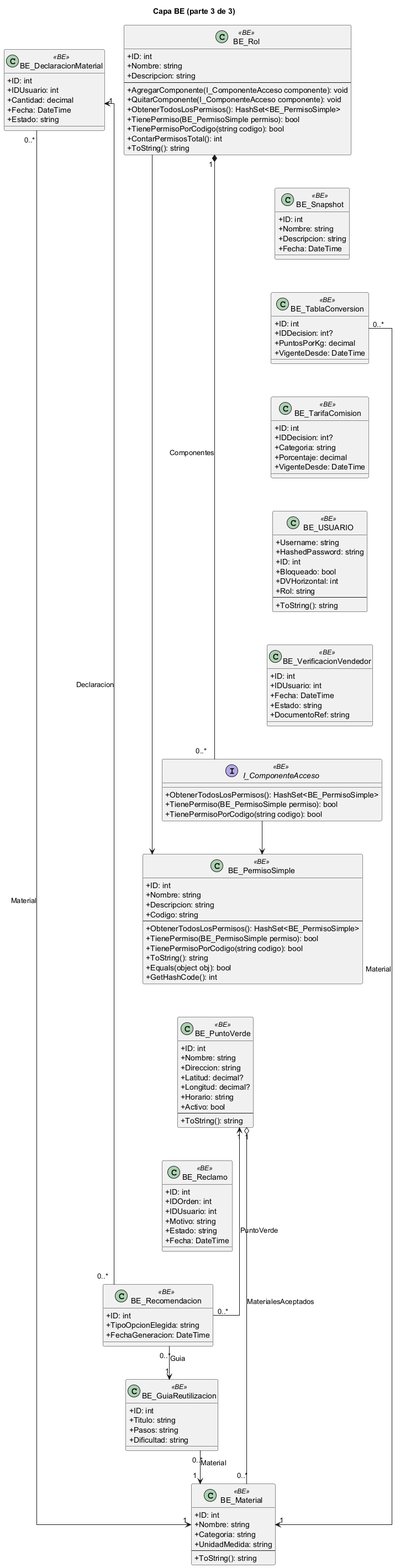
Earlier version of the PlantUML export docs/diagramas/uml_png/class_general_3.png (L-Muniz/uai-diploma_2026). The source it was exported from:
```plantuml
@startuml
skinparam classAttributeIconSize 0
skinparam linetype ortho
title Capa BE (parte 3 de 3)
class "BE_DeclaracionMaterial" as BE_DeclaracionMaterial <<BE>> {
  +ID: int
  +IDUsuario: int
  +Cantidad: decimal
  +Fecha: DateTime
  +Estado: string
}
class "BE_GuiaReutilizacion" as BE_GuiaReutilizacion <<BE>> {
  +ID: int
  +Titulo: string
  +Pasos: string
  +Dificultad: string
}
class "BE_Material" as BE_Material <<BE>> {
  +ID: int
  +Nombre: string
  +Categoria: string
  +UnidadMedida: string
  --
  +ToString(): string
}
class "BE_PermisoSimple" as BE_PermisoSimple <<BE>> {
  +ID: int
  +Nombre: string
  +Descripcion: string
  +Codigo: string
  --
  +ObtenerTodosLosPermisos(): HashSet<BE_PermisoSimple>
  +TienePermiso(BE_PermisoSimple permiso): bool
  +TienePermisoPorCodigo(string codigo): bool
  +ToString(): string
  +Equals(object obj): bool
  +GetHashCode(): int
}
class "BE_PuntoVerde" as BE_PuntoVerde <<BE>> {
  +ID: int
  +Nombre: string
  +Direccion: string
  +Latitud: decimal?
  +Longitud: decimal?
  +Horario: string
  +Activo: bool
  --
  +ToString(): string
}
class "BE_Reclamo" as BE_Reclamo <<BE>> {
  +ID: int
  +IDOrden: int
  +IDUsuario: int
  +Motivo: string
  +Estado: string
  +Fecha: DateTime
}
class "BE_Recomendacion" as BE_Recomendacion <<BE>> {
  +ID: int
  +TipoOpcionElegida: string
  +FechaGeneracion: DateTime
}
class "BE_Rol" as BE_Rol <<BE>> {
  +ID: int
  +Nombre: string
  +Descripcion: string
  --
  +AgregarComponente(I_ComponenteAcceso componente): void
  +QuitarComponente(I_ComponenteAcceso componente): void
  +ObtenerTodosLosPermisos(): HashSet<BE_PermisoSimple>
  +TienePermiso(BE_PermisoSimple permiso): bool
  +TienePermisoPorCodigo(string codigo): bool
  +ContarPermisosTotal(): int
  +ToString(): string
}
class "BE_Snapshot" as BE_Snapshot <<BE>> {
  +ID: int
  +Nombre: string
  +Descripcion: string
  +Fecha: DateTime
}
class "BE_TablaConversion" as BE_TablaConversion <<BE>> {
  +ID: int
  +IDDecision: int?
  +PuntosPorKg: decimal
  +VigenteDesde: DateTime
}
class "BE_TarifaComision" as BE_TarifaComision <<BE>> {
  +ID: int
  +IDDecision: int?
  +Categoria: string
  +Porcentaje: decimal
  +VigenteDesde: DateTime
}
class "BE_USUARIO" as BE_USUARIO <<BE>> {
  +Username: string
  +HashedPassword: string
  +ID: int
  +Bloqueado: bool
  +DVHorizontal: int
  +Rol: string
  --
  +ToString(): string
}
class "BE_VerificacionVendedor" as BE_VerificacionVendedor <<BE>> {
  +ID: int
  +IDUsuario: int
  +Fecha: DateTime
  +Estado: string
  +DocumentoRef: string
}
interface "I_ComponenteAcceso" as I_ComponenteAcceso <<BE>> {
  +ObtenerTodosLosPermisos(): HashSet<BE_PermisoSimple>
  +TienePermiso(BE_PermisoSimple permiso): bool
  +TienePermisoPorCodigo(string codigo): bool
}
BE_DeclaracionMaterial -[hidden]down- BE_GuiaReutilizacion
BE_GuiaReutilizacion -[hidden]down- BE_Material
BE_Material -[hidden]down- BE_PermisoSimple
BE_PermisoSimple -[hidden]down- BE_PuntoVerde
BE_PuntoVerde -[hidden]down- BE_Reclamo
BE_Reclamo -[hidden]down- BE_Recomendacion
BE_Rol -[hidden]down- BE_Snapshot
BE_Snapshot -[hidden]down- BE_TablaConversion
BE_TablaConversion -[hidden]down- BE_TarifaComision
BE_TarifaComision -[hidden]down- BE_USUARIO
BE_USUARIO -[hidden]down- BE_VerificacionVendedor
BE_VerificacionVendedor -[hidden]down- I_ComponenteAcceso
BE_DeclaracionMaterial -[hidden]right- BE_Rol
BE_DeclaracionMaterial "0..*" --> "1" BE_Material : Material
BE_GuiaReutilizacion "0..*" --> "1" BE_Material : Material
BE_PuntoVerde "1" o-- "0..*" BE_Material : MaterialesAceptados
BE_Recomendacion "0..*" --> "1" BE_DeclaracionMaterial : Declaracion
BE_Recomendacion "0..*" --> "1" BE_GuiaReutilizacion : Guia
BE_Recomendacion "0..*" --> "1" BE_PuntoVerde : PuntoVerde
BE_Rol "1" *-- "0..*" I_ComponenteAcceso : Componentes
BE_Rol --> BE_PermisoSimple
BE_TablaConversion "0..*" --> "1" BE_Material : Material
I_ComponenteAcceso --> BE_PermisoSimple
@enduml
```
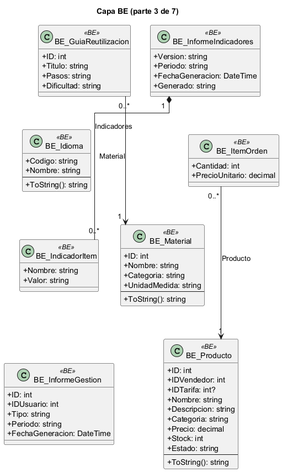
Above is the later version.

What changed in the source:
```diff
@@ -1,19 +1,39 @@
 @startuml
 skinparam classAttributeIconSize 0
 skinparam linetype ortho
-title Capa BE (parte 3 de 3)
-class "BE_DeclaracionMaterial" as BE_DeclaracionMaterial <<BE>> {
-  +ID: int
-  +IDUsuario: int
-  +Cantidad: decimal
-  +Fecha: DateTime
-  +Estado: string
-}
+title Capa BE (parte 3 de 7)
 class "BE_GuiaReutilizacion" as BE_GuiaReutilizacion <<BE>> {
   +ID: int
   +Titulo: string
   +Pasos: string
   +Dificultad: string
+}
+class "BE_Idioma" as BE_Idioma <<BE>> {
+  +Codigo: string
+  +Nombre: string
+  --
+  +ToString(): string
+}
+class "BE_IndicadorItem" as BE_IndicadorItem <<BE>> {
+  +Nombre: string
+  +Valor: string
+}
+class "BE_InformeGestion" as BE_InformeGestion <<BE>> {
+  +ID: int
+  +IDUsuario: int
+  +Tipo: string
+  +Periodo: string
+  +FechaGeneracion: DateTime
+}
+class "BE_InformeIndicadores" as BE_InformeIndicadores <<BE>> {
+  +Version: string
+  +Periodo: string
+  +FechaGeneracion: DateTime
+  +Generado: string
+}
+class "BE_ItemOrden" as BE_ItemOrden <<BE>> {
+  +Cantidad: int
+  +PrecioUnitario: decimal
 }
 class "BE_Material" as BE_Material <<BE>> {
   +ID: int
@@ -23,118 +43,27 @@
   --
   +ToString(): string
 }
-class "BE_PermisoSimple" as BE_PermisoSimple <<BE>> {
+class "BE_Producto" as BE_Producto <<BE>> {
   +ID: int
+  +IDVendedor: int
+  +IDTarifa: int?
   +Nombre: string
   +Descripcion: string
-  +Codigo: string
-  --
-  +ObtenerTodosLosPermisos(): HashSet<BE_PermisoSimple>
-  +TienePermiso(BE_PermisoSimple permiso): bool
-  +TienePermisoPorCodigo(string codigo): bool
-  +ToString(): string
-  +Equals(object obj): bool
-  +GetHashCode(): int
-}
-class "BE_PuntoVerde" as BE_PuntoVerde <<BE>> {
-  +ID: int
-  +Nombre: string
-  +Direccion: string
-  +Latitud: decimal?
-  +Longitud: decimal?
-  +Horario: string
-  +Activo: bool
+  +Categoria: string
+  +Precio: decimal
+  +Stock: int
+  +Estado: string
   --
   +ToString(): string
 }
-class "BE_Reclamo" as BE_Reclamo <<BE>> {
-  +ID: int
-  +IDOrden: int
-  +IDUsuario: int
-  +Motivo: string
-  +Estado: string
-  +Fecha: DateTime
-}
-class "BE_Recomendacion" as BE_Recomendacion <<BE>> {
-  +ID: int
-  +TipoOpcionElegida: string
-  +FechaGeneracion: DateTime
-}
-class "BE_Rol" as BE_Rol <<BE>> {
-  +ID: int
-  +Nombre: string
-  +Descripcion: string
-  --
-  +AgregarComponente(I_ComponenteAcceso componente): void
-  +QuitarComponente(I_ComponenteAcceso componente): void
-  +ObtenerTodosLosPermisos(): HashSet<BE_PermisoSimple>
-  +TienePermiso(BE_PermisoSimple permiso): bool
-  +TienePermisoPorCodigo(string codigo): bool
-  +ContarPermisosTotal(): int
-  +ToString(): string
-}
-class "BE_Snapshot" as BE_Snapshot <<BE>> {
-  +ID: int
-  +Nombre: string
-  +Descripcion: string
-  +Fecha: DateTime
-}
-class "BE_TablaConversion" as BE_TablaConversion <<BE>> {
-  +ID: int
-  +IDDecision: int?
-  +PuntosPorKg: decimal
-  +VigenteDesde: DateTime
-}
-class "BE_TarifaComision" as BE_TarifaComision <<BE>> {
-  +ID: int
-  +IDDecision: int?
-  +Categoria: string
-  +Porcentaje: decimal
-  +VigenteDesde: DateTime
-}
-class "BE_USUARIO" as BE_USUARIO <<BE>> {
-  +Username: string
-  +HashedPassword: string
-  +ID: int
-  +Bloqueado: bool
-  +DVHorizontal: int
-  +Rol: string
-  --
-  +ToString(): string
-}
-class "BE_VerificacionVendedor" as BE_VerificacionVendedor <<BE>> {
-  +ID: int
-  +IDUsuario: int
-  +Fecha: DateTime
-  +Estado: string
-  +DocumentoRef: string
-}
-interface "I_ComponenteAcceso" as I_ComponenteAcceso <<BE>> {
-  +ObtenerTodosLosPermisos(): HashSet<BE_PermisoSimple>
-  +TienePermiso(BE_PermisoSimple permiso): bool
-  +TienePermisoPorCodigo(string codigo): bool
-}
-BE_DeclaracionMaterial -[hidden]down- BE_GuiaReutilizacion
-BE_GuiaReutilizacion -[hidden]down- BE_Material
-BE_Material -[hidden]down- BE_PermisoSimple
-BE_PermisoSimple -[hidden]down- BE_PuntoVerde
-BE_PuntoVerde -[hidden]down- BE_Reclamo
-BE_Reclamo -[hidden]down- BE_Recomendacion
-BE_Rol -[hidden]down- BE_Snapshot
-BE_Snapshot -[hidden]down- BE_TablaConversion
-BE_TablaConversion -[hidden]down- BE_TarifaComision
-BE_TarifaComision -[hidden]down- BE_USUARIO
-BE_USUARIO -[hidden]down- BE_VerificacionVendedor
-BE_VerificacionVendedor -[hidden]down- I_ComponenteAcceso
-BE_DeclaracionMaterial -[hidden]right- BE_Rol
-BE_DeclaracionMaterial "0..*" --> "1" BE_Material : Material
+BE_GuiaReutilizacion -[hidden]down- BE_Idioma
+BE_Idioma -[hidden]down- BE_IndicadorItem
+BE_IndicadorItem -[hidden]down- BE_InformeGestion
+BE_InformeIndicadores -[hidden]down- BE_ItemOrden
+BE_ItemOrden -[hidden]down- BE_Material
+BE_Material -[hidden]down- BE_Producto
+BE_GuiaReutilizacion -[hidden]right- BE_InformeIndicadores
 BE_GuiaReutilizacion "0..*" --> "1" BE_Material : Material
-BE_PuntoVerde "1" o-- "0..*" BE_Material : MaterialesAceptados
-BE_Recomendacion "0..*" --> "1" BE_DeclaracionMaterial : Declaracion
-BE_Recomendacion "0..*" --> "1" BE_GuiaReutilizacion : Guia
-BE_Recomendacion "0..*" --> "1" BE_PuntoVerde : PuntoVerde
-BE_Rol "1" *-- "0..*" I_ComponenteAcceso : Componentes
-BE_Rol --> BE_PermisoSimple
-BE_TablaConversion "0..*" --> "1" BE_Material : Material
-I_ComponenteAcceso --> BE_PermisoSimple
+BE_InformeIndicadores "1" *-- "0..*" BE_IndicadorItem : Indicadores
+BE_ItemOrden "0..*" --> "1" BE_Producto : Producto
 @enduml
```
